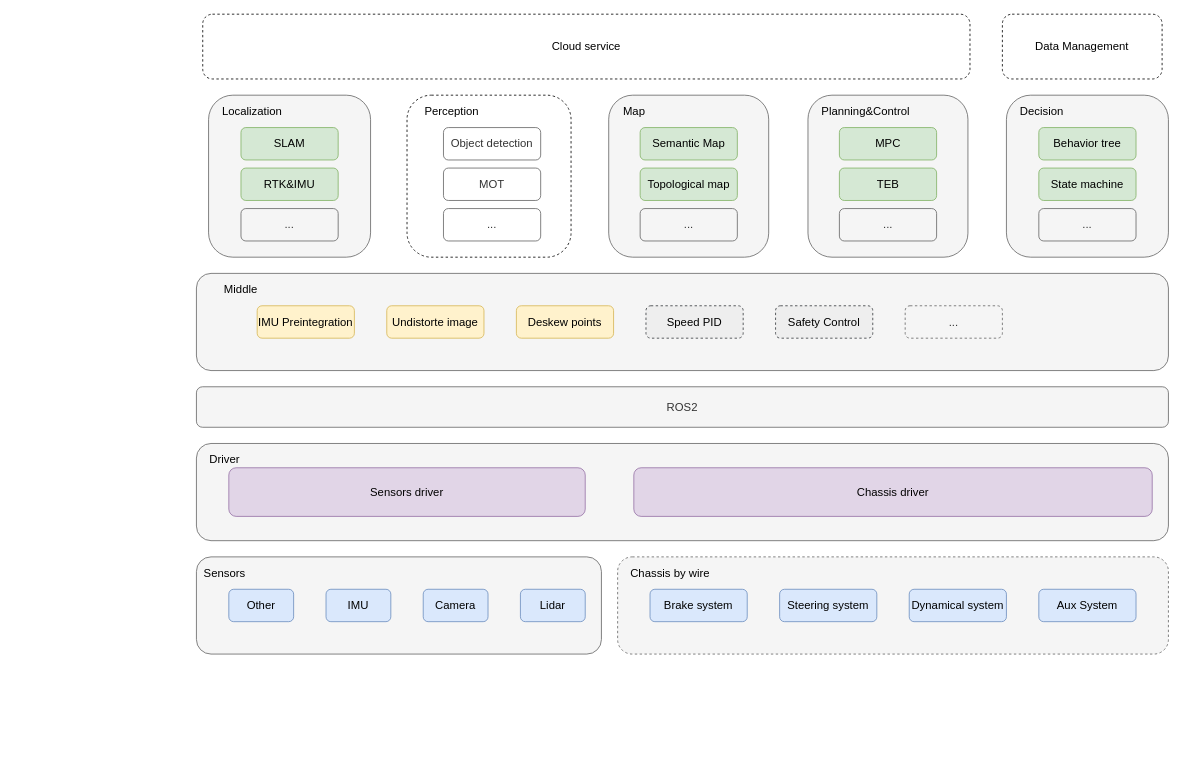
Above: ADU/ADU_system_structure.drawio in mMikaa00/For_draw_io (draw.io), before the change. Source tidied: cells renumbered, new cells numbered last; positions are measured from the earlier drawing's top-left corner, leaving out a move shared by most shapes. Both pictures are drawn from the tidied source at 81%, with x=0, y=0 at pixel (172, 14).
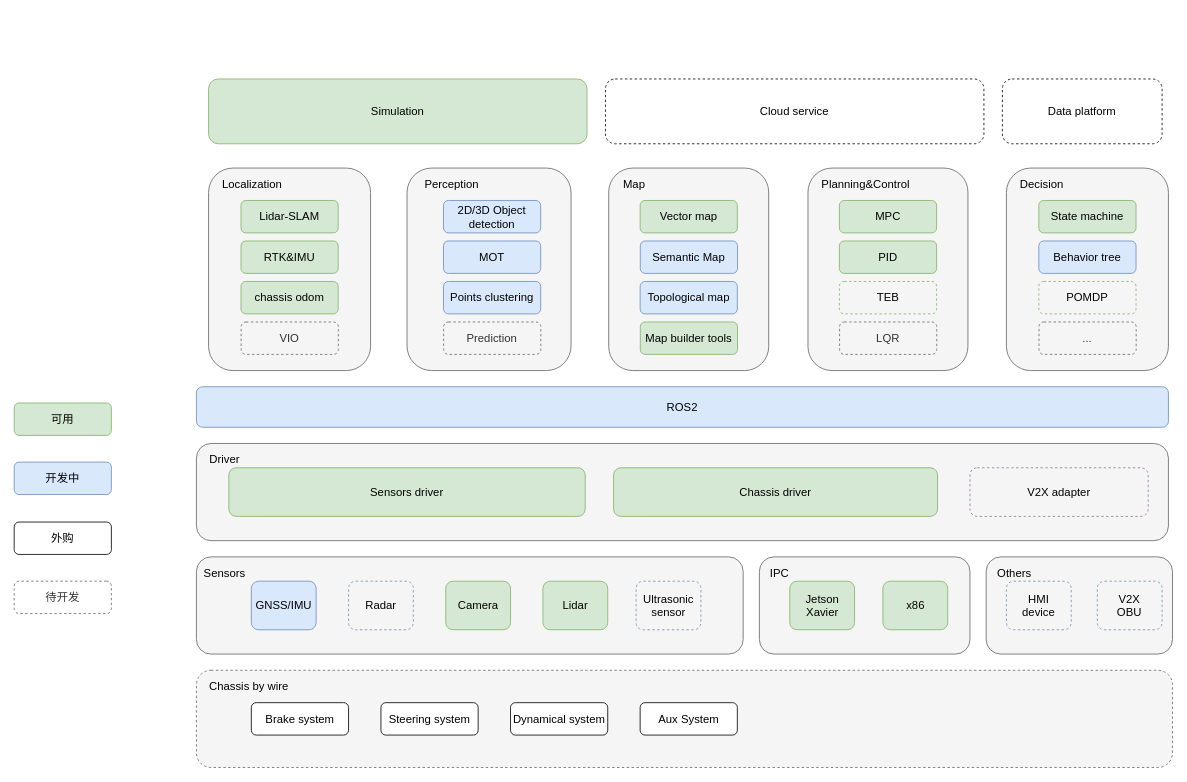
Above is the later version.

Change to the diagram source:
```diff
@@
+    <mxCell id="54" style="rounded=1;whiteSpace=wrap;html=1;fontSize=14;fillColor=#f5f5f5;strokeColor=#666666;fontColor=#333333;" parent="1" vertex="1">
+      <mxGeometry x="1005" y="670" width="230" height="120" as="geometry" />
+    </mxCell>
     <mxCell id="2" style="rounded=1;whiteSpace=wrap;html=1;fontSize=14;fillColor=#f5f5f5;strokeColor=#666666;fontColor=#333333;" parent="1" vertex="1">
-      <mxGeometry x="30" y="670" width="500" height="120" as="geometry" />
+      <mxGeometry x="30" y="670" width="675" height="120" as="geometry" />
     </mxCell>
     <mxCell id="3" style="rounded=1;whiteSpace=wrap;html=1;fontSize=14;dashed=1;fillColor=#f5f5f5;strokeColor=#666666;fontColor=#333333;" parent="1" vertex="1">
-      <mxGeometry x="550" y="670" width="680" height="120" as="geometry" />
+      <mxGeometry x="30" y="810" width="1205" height="120" as="geometry" />
     </mxCell>
-    <mxCell id="4" value="Brake system" style="rounded=1;whiteSpace=wrap;html=1;fontSize=14;fillColor=#dae8fc;strokeColor=#6c8ebf;" parent="1" vertex="1">
-      <mxGeometry x="590" y="710" width="120" height="40" as="geometry" />
+    <mxCell id="4" value="Brake system" style="rounded=1;whiteSpace=wrap;html=1;fontSize=14;" parent="1" vertex="1">
+      <mxGeometry x="97.8" y="850" width="120" height="40" as="geometry" />
     </mxCell>
-    <mxCell id="5" value="Steering system" style="rounded=1;whiteSpace=wrap;html=1;fontSize=14;fillColor=#dae8fc;strokeColor=#6c8ebf;" parent="1" vertex="1">
-      <mxGeometry x="750" y="710" width="120" height="40" as="geometry" />
+    <mxCell id="5" value="Steering system" style="rounded=1;whiteSpace=wrap;html=1;fontSize=14;" parent="1" vertex="1">
+      <mxGeometry x="257.8" y="850" width="120" height="40" as="geometry" />
     </mxCell>
-    <mxCell id="6" value="Dynamical system" style="rounded=1;whiteSpace=wrap;html=1;fontSize=14;fillColor=#dae8fc;strokeColor=#6c8ebf;" parent="1" vertex="1">
-      <mxGeometry x="910" y="710" width="120" height="40" as="geometry" />
+    <mxCell id="6" value="Dynamical system" style="rounded=1;whiteSpace=wrap;html=1;fontSize=14;" parent="1" vertex="1">
+      <mxGeometry x="417.8" y="850" width="120" height="40" as="geometry" />
     </mxCell>
-    <mxCell id="7" value="Aux System" style="rounded=1;whiteSpace=wrap;html=1;fontSize=14;fillColor=#dae8fc;strokeColor=#6c8ebf;" parent="1" vertex="1">
-      <mxGeometry x="1070" y="710" width="120" height="40" as="geometry" />
+    <mxCell id="7" value="Aux System" style="rounded=1;whiteSpace=wrap;html=1;fontSize=14;" parent="1" vertex="1">
+      <mxGeometry x="577.8" y="850" width="120" height="40" as="geometry" />
     </mxCell>
     <mxCell id="8" value="Chassis by wire" style="text;html=1;strokeColor=none;fillColor=none;align=center;verticalAlign=middle;whiteSpace=wrap;rounded=0;dashed=1;fontSize=14;" parent="1" vertex="1">
-      <mxGeometry x="550" y="680" width="130" height="20" as="geometry" />
+      <mxGeometry x="30" y="820" width="130" height="20" as="geometry" />
     </mxCell>
-    <mxCell id="9" value="Lidar" style="rounded=1;whiteSpace=wrap;html=1;fontSize=14;fillColor=#dae8fc;strokeColor=#6c8ebf;" parent="1" vertex="1">
-      <mxGeometry x="430" y="710" width="80" height="40" as="geometry" />
+    <mxCell id="9" value="Lidar" style="rounded=1;whiteSpace=wrap;html=1;fontSize=14;fillColor=#d5e8d4;strokeColor=#82b366;" parent="1" vertex="1">
+      <mxGeometry x="457.8" y="700" width="80" height="60" as="geometry" />
     </mxCell>
-    <mxCell id="10" value="Camera" style="rounded=1;whiteSpace=wrap;html=1;fontSize=14;fillColor=#dae8fc;strokeColor=#6c8ebf;" parent="1" vertex="1">
-      <mxGeometry x="310" y="710" width="80" height="40" as="geometry" />
+    <mxCell id="10" value="Camera" style="rounded=1;whiteSpace=wrap;html=1;fontSize=14;fillColor=#d5e8d4;strokeColor=#82b366;" parent="1" vertex="1">
+      <mxGeometry x="337.8" y="700" width="80" height="60" as="geometry" />
     </mxCell>
-    <mxCell id="11" value="IMU" style="rounded=1;whiteSpace=wrap;html=1;fontSize=14;fillColor=#dae8fc;strokeColor=#6c8ebf;" parent="1" vertex="1">
-      <mxGeometry x="190" y="710" width="80" height="40" as="geometry" />
+    <mxCell id="11" value="Radar" style="rounded=1;whiteSpace=wrap;html=1;fontSize=14;fillColor=none;strokeColor=#6c8ebf;dashed=1;" parent="1" vertex="1">
+      <mxGeometry x="217.8" y="700" width="80" height="60" as="geometry" />
     </mxCell>
-    <mxCell id="12" value="Other" style="rounded=1;whiteSpace=wrap;html=1;fontSize=14;fillColor=#dae8fc;strokeColor=#6c8ebf;" parent="1" vertex="1">
-      <mxGeometry x="70" y="710" width="80" height="40" as="geometry" />
+    <mxCell id="12" value="GNSS/IMU" style="rounded=1;whiteSpace=wrap;html=1;fontSize=14;fillColor=#dae8fc;strokeColor=#6c8ebf;" parent="1" vertex="1">
+      <mxGeometry x="97.8" y="700" width="80" height="60" as="geometry" />
     </mxCell>
@@
-    <mxCell id="15" value="Chassis driver" style="rounded=1;whiteSpace=wrap;html=1;fontSize=14;fillColor=#e1d5e7;strokeColor=#9673a6;" parent="1" vertex="1">
-      <mxGeometry x="570" y="560" width="640" height="60" as="geometry" />
+    <mxCell id="15" value="Chassis driver" style="rounded=1;whiteSpace=wrap;html=1;fontSize=14;fillColor=#d5e8d4;strokeColor=#82b366;" parent="1" vertex="1">
+      <mxGeometry x="545" y="560" width="400" height="60" as="geometry" />
     </mxCell>
-    <mxCell id="16" value="Sensors driver" style="rounded=1;whiteSpace=wrap;html=1;fontSize=14;fillColor=#e1d5e7;strokeColor=#9673a6;" parent="1" vertex="1">
+    <mxCell id="16" value="Sensors driver" style="rounded=1;whiteSpace=wrap;html=1;fontSize=14;fillColor=#d5e8d4;strokeColor=#82b366;" parent="1" vertex="1">
       <mxGeometry x="70" y="560" width="440" height="60" as="geometry" />
     </mxCell>
@@
-    <mxCell id="18" style="rounded=1;whiteSpace=wrap;html=1;fontSize=14;fillColor=#f5f5f5;strokeColor=#666666;fontColor=#333333;" parent="1" vertex="1">
-      <mxGeometry x="30" y="320" width="1200" height="120" as="geometry" />
-    </mxCell>
-    <mxCell id="19" value="Middle" style="text;html=1;strokeColor=none;fillColor=none;align=center;verticalAlign=middle;whiteSpace=wrap;rounded=0;dashed=1;fontSize=14;" parent="1" vertex="1">
-      <mxGeometry x="20" y="330" width="130" height="20" as="geometry" />
-    </mxCell>
-    <mxCell id="20" value="Undistorte image" style="rounded=1;whiteSpace=wrap;html=1;fontSize=14;fillColor=#fff2cc;strokeColor=#d6b656;" parent="1" vertex="1">
-      <mxGeometry x="265" y="360" width="120" height="40" as="geometry" />
-    </mxCell>
-    <mxCell id="21" value="Deskew points" style="rounded=1;whiteSpace=wrap;html=1;fontSize=14;fillColor=#fff2cc;strokeColor=#d6b656;" parent="1" vertex="1">
-      <mxGeometry x="425" y="360" width="120" height="40" as="geometry" />
-    </mxCell>
     <mxCell id="22" style="rounded=1;whiteSpace=wrap;html=1;fontSize=14;fillColor=#f5f5f5;strokeColor=#666666;fontColor=#333333;" parent="1" vertex="1">
-      <mxGeometry x="45" y="100" width="200" height="200" as="geometry" />
+      <mxGeometry x="45" y="190" width="200" height="250" as="geometry" />
     </mxCell>
-    <mxCell id="23" style="rounded=1;whiteSpace=wrap;html=1;fontSize=14;dashed=1;fillColor=none;" parent="1" vertex="1">
-      <mxGeometry x="290" y="100" width="202.5" height="200" as="geometry" />
+    <mxCell id="23" style="rounded=1;whiteSpace=wrap;html=1;fontSize=14;fillColor=#f5f5f5;fontColor=#333333;strokeColor=#666666;" parent="1" vertex="1">
+      <mxGeometry x="290" y="190" width="202.5" height="250" as="geometry" />
     </mxCell>
     <mxCell id="24" style="rounded=1;whiteSpace=wrap;html=1;fontSize=14;fillColor=#f5f5f5;strokeColor=#666666;fontColor=#333333;" parent="1" vertex="1">
-      <mxGeometry x="539" y="100" width="197.5" height="200" as="geometry" />
+      <mxGeometry x="539" y="190" width="197.5" height="250" as="geometry" />
     </mxCell>
     <mxCell id="25" style="rounded=1;whiteSpace=wrap;html=1;fontSize=14;fillColor=#f5f5f5;strokeColor=#666666;fontColor=#333333;" parent="1" vertex="1">
-      <mxGeometry x="785" y="100" width="197.5" height="200" as="geometry" />
+      <mxGeometry x="785" y="190" width="197.5" height="250" as="geometry" />
     </mxCell>
     <mxCell id="26" style="rounded=1;whiteSpace=wrap;html=1;fontSize=14;fillColor=#f5f5f5;strokeColor=#666666;fontColor=#333333;" parent="1" vertex="1">
-      <mxGeometry x="1030" y="100" width="200" height="200" as="geometry" />
+      <mxGeometry x="1030" y="190" width="200" height="250" as="geometry" />
     </mxCell>
     <mxCell id="27" value="Localization" style="text;html=1;strokeColor=none;fillColor=none;align=left;verticalAlign=middle;whiteSpace=wrap;rounded=0;dashed=1;fontSize=14;" parent="1" vertex="1">
-      <mxGeometry x="60" y="110" width="130" height="20" as="geometry" />
+      <mxGeometry x="60" y="200" width="130" height="20" as="geometry" />
     </mxCell>
     <mxCell id="28" value="Perception" style="text;html=1;strokeColor=none;fillColor=none;align=left;verticalAlign=middle;whiteSpace=wrap;rounded=0;dashed=1;fontSize=14;" parent="1" vertex="1">
-      <mxGeometry x="310" y="110" width="130" height="20" as="geometry" />
+      <mxGeometry x="310" y="200" width="130" height="20" as="geometry" />
     </mxCell>
     <mxCell id="29" value="Map" style="text;html=1;strokeColor=none;fillColor=none;align=left;verticalAlign=middle;whiteSpace=wrap;rounded=0;fontSize=14;" parent="1" vertex="1">
-      <mxGeometry x="555" y="110" width="130" height="20" as="geometry" />
+      <mxGeometry x="555" y="200" width="130" height="20" as="geometry" />
     </mxCell>
     <mxCell id="30" value="Planning&amp;amp;Control" style="text;html=1;strokeColor=none;fillColor=none;align=left;verticalAlign=middle;whiteSpace=wrap;rounded=0;dashed=1;fontSize=14;" parent="1" vertex="1">
-      <mxGeometry x="800" y="110" width="130" height="20" as="geometry" />
+      <mxGeometry x="800" y="200" width="130" height="20" as="geometry" />
     </mxCell>
-    <mxCell id="31" value="IMU Preintegration" style="rounded=1;whiteSpace=wrap;html=1;fontSize=14;fillColor=#fff2cc;strokeColor=#d6b656;" parent="1" vertex="1">
-      <mxGeometry x="105" y="360" width="120" height="40" as="geometry" />
-    </mxCell>
-    <mxCell id="32" value="Speed PID" style="rounded=1;whiteSpace=wrap;html=1;fontSize=14;fillColor=#eeeeee;strokeColor=#36393d;dashed=1;" parent="1" vertex="1">
-      <mxGeometry x="585" y="360" width="120" height="40" as="geometry" />
-    </mxCell>
-    <mxCell id="33" value="Safety Control" style="rounded=1;whiteSpace=wrap;html=1;fontSize=14;fillColor=#eeeeee;strokeColor=#36393d;dashed=1;" parent="1" vertex="1">
-      <mxGeometry x="745" y="360" width="120" height="40" as="geometry" />
-    </mxCell>
-    <mxCell id="34" value="..." style="rounded=1;whiteSpace=wrap;html=1;fontSize=14;fillColor=#f5f5f5;strokeColor=#666666;fontColor=#333333;dashed=1;" parent="1" vertex="1">
-      <mxGeometry x="905" y="360" width="120" height="40" as="geometry" />
-    </mxCell>
-    <mxCell id="35" value="SLAM" style="rounded=1;whiteSpace=wrap;html=1;fontSize=14;fillColor=#d5e8d4;strokeColor=#82b366;" parent="1" vertex="1">
-      <mxGeometry x="85" y="140" width="120" height="40" as="geometry" />
+    <mxCell id="35" value="Lidar-SLAM" style="rounded=1;whiteSpace=wrap;html=1;fontSize=14;fillColor=#d5e8d4;strokeColor=#82b366;" parent="1" vertex="1">
+      <mxGeometry x="85" y="230" width="120" height="40" as="geometry" />
     </mxCell>
     <mxCell id="36" value="RTK&amp;amp;IMU" style="rounded=1;whiteSpace=wrap;html=1;fontSize=14;fillColor=#d5e8d4;strokeColor=#82b366;" parent="1" vertex="1">
-      <mxGeometry x="85" y="190" width="120" height="40" as="geometry" />
+      <mxGeometry x="85" y="280" width="120" height="40" as="geometry" />
     </mxCell>
-    <mxCell id="37" value="..." style="rounded=1;whiteSpace=wrap;html=1;fontSize=14;fillColor=#f5f5f5;strokeColor=#666666;fontColor=#333333;" parent="1" vertex="1">
-      <mxGeometry x="85" y="240" width="120" height="40" as="geometry" />
+    <mxCell id="37" value="VIO" style="rounded=1;whiteSpace=wrap;html=1;fontSize=14;fillColor=none;strokeColor=#666666;fontColor=#333333;dashed=1;" parent="1" vertex="1">
+      <mxGeometry x="85.2" y="380" width="120" height="40" as="geometry" />
     </mxCell>
-    <mxCell id="38" value="Object detection" style="rounded=1;whiteSpace=wrap;html=1;fontSize=14;strokeColor=#666666;fontColor=#333333;fillColor=none;" parent="1" vertex="1">
-      <mxGeometry x="335" y="140" width="120" height="40" as="geometry" />
+    <mxCell id="38" value="2D/3D Object detection" style="rounded=1;whiteSpace=wrap;html=1;fontSize=14;strokeColor=#6c8ebf;fillColor=#dae8fc;" parent="1" vertex="1">
+      <mxGeometry x="335" y="230" width="120" height="40" as="geometry" />
     </mxCell>
-    <mxCell id="39" value="MOT" style="rounded=1;whiteSpace=wrap;html=1;fontSize=14;strokeColor=#666666;fontColor=#333333;fillColor=none;" parent="1" vertex="1">
-      <mxGeometry x="335" y="190" width="120" height="40" as="geometry" />
+    <mxCell id="39" value="MOT" style="rounded=1;whiteSpace=wrap;html=1;fontSize=14;strokeColor=#6c8ebf;fillColor=#dae8fc;" parent="1" vertex="1">
+      <mxGeometry x="335" y="280" width="120" height="40" as="geometry" />
     </mxCell>
-    <mxCell id="40" value="..." style="rounded=1;whiteSpace=wrap;html=1;fontSize=14;strokeColor=#666666;fontColor=#333333;fillColor=none;" parent="1" vertex="1">
-      <mxGeometry x="335" y="240" width="120" height="40" as="geometry" />
+    <mxCell id="40" value="Prediction" style="rounded=1;whiteSpace=wrap;html=1;fontSize=14;strokeColor=#666666;fontColor=#333333;fillColor=none;dashed=1;" parent="1" vertex="1">
+      <mxGeometry x="335.2" y="380" width="120" height="40" as="geometry" />
     </mxCell>
-    <mxCell id="41" value="&lt;span style=&quot;color: rgb(0 , 0 , 0)&quot;&gt;Semantic Map&lt;/span&gt;" style="rounded=1;whiteSpace=wrap;html=1;fontSize=14;fillColor=#d5e8d4;strokeColor=#82b366;" parent="1" vertex="1">
-      <mxGeometry x="577.8" y="140" width="120" height="40" as="geometry" />
+    <mxCell id="41" value="&lt;span style=&quot;color: rgb(0 , 0 , 0)&quot;&gt;Semantic Map&lt;/span&gt;" style="rounded=1;whiteSpace=wrap;html=1;fontSize=14;fillColor=#dae8fc;strokeColor=#6c8ebf;" parent="1" vertex="1">
+      <mxGeometry x="578" y="280" width="120" height="40" as="geometry" />
     </mxCell>
-    <mxCell id="42" value="Topological map" style="rounded=1;whiteSpace=wrap;html=1;fontSize=14;fillColor=#d5e8d4;strokeColor=#82b366;" parent="1" vertex="1">
-      <mxGeometry x="577.8" y="190" width="120" height="40" as="geometry" />
+    <mxCell id="42" value="Vector map" style="rounded=1;whiteSpace=wrap;html=1;fontSize=14;fillColor=#d5e8d4;strokeColor=#82b366;" parent="1" vertex="1">
+      <mxGeometry x="577.8" y="230" width="120" height="40" as="geometry" />
     </mxCell>
-    <mxCell id="43" value="..." style="rounded=1;whiteSpace=wrap;html=1;fontSize=14;fillColor=#f5f5f5;strokeColor=#666666;fontColor=#333333;" parent="1" vertex="1">
-      <mxGeometry x="577.8" y="240" width="120" height="40" as="geometry" />
+    <mxCell id="43" value="Map builder tools" style="rounded=1;whiteSpace=wrap;html=1;fontSize=14;fillColor=#d5e8d4;strokeColor=#82b366;" parent="1" vertex="1">
+      <mxGeometry x="578" y="380" width="120" height="40" as="geometry" />
     </mxCell>
     <mxCell id="44" value="MPC" style="rounded=1;whiteSpace=wrap;html=1;fontSize=14;fillColor=#d5e8d4;strokeColor=#82b366;" parent="1" vertex="1">
-      <mxGeometry x="823.8" y="140" width="120" height="40" as="geometry" />
+      <mxGeometry x="823.8" y="230" width="120" height="40" as="geometry" />
     </mxCell>
-    <mxCell id="45" value="TEB" style="rounded=1;whiteSpace=wrap;html=1;fontSize=14;fillColor=#d5e8d4;strokeColor=#82b366;" parent="1" vertex="1">
-      <mxGeometry x="823.8" y="190" width="120" height="40" as="geometry" />
+    <mxCell id="45" value="PID" style="rounded=1;whiteSpace=wrap;html=1;fontSize=14;fillColor=#d5e8d4;strokeColor=#82b366;" parent="1" vertex="1">
+      <mxGeometry x="823.8" y="280" width="120" height="40" as="geometry" />
     </mxCell>
-    <mxCell id="46" value="..." style="rounded=1;whiteSpace=wrap;html=1;fontSize=14;fillColor=#f5f5f5;strokeColor=#666666;fontColor=#333333;" parent="1" vertex="1">
-      <mxGeometry x="823.8" y="240" width="120" height="40" as="geometry" />
+    <mxCell id="46" value="LQR" style="rounded=1;whiteSpace=wrap;html=1;fontSize=14;fillColor=#f5f5f5;strokeColor=#666666;fontColor=#333333;dashed=1;" parent="1" vertex="1">
+      <mxGeometry x="824" y="380" width="120" height="40" as="geometry" />
     </mxCell>
     <mxCell id="47" value="&lt;span style=&quot;text-align: center&quot;&gt;Decision&lt;/span&gt;" style="text;html=1;strokeColor=none;fillColor=none;align=left;verticalAlign=middle;whiteSpace=wrap;rounded=0;dashed=1;fontSize=14;" parent="1" vertex="1">
-      <mxGeometry x="1045" y="110" width="130" height="20" as="geometry" />
+      <mxGeometry x="1045" y="200" width="130" height="20" as="geometry" />
     </mxCell>
-    <mxCell id="48" value="Behavior tree" style="rounded=1;whiteSpace=wrap;html=1;fontSize=14;fillColor=#d5e8d4;strokeColor=#82b366;" parent="1" vertex="1">
-      <mxGeometry x="1070" y="140" width="120" height="40" as="geometry" />
+    <mxCell id="48" value="Behavior tree" style="rounded=1;whiteSpace=wrap;html=1;fontSize=14;fillColor=#dae8fc;strokeColor=#6c8ebf;" parent="1" vertex="1">
+      <mxGeometry x="1070" y="280" width="120" height="40" as="geometry" />
     </mxCell>
     <mxCell id="49" value="State machine" style="rounded=1;whiteSpace=wrap;html=1;fontSize=14;fillColor=#d5e8d4;strokeColor=#82b366;" parent="1" vertex="1">
-      <mxGeometry x="1070" y="190" width="120" height="40" as="geometry" />
+      <mxGeometry x="1070" y="230" width="120" height="40" as="geometry" />
     </mxCell>
-    <mxCell id="50" value="..." style="rounded=1;whiteSpace=wrap;html=1;fontSize=14;fillColor=#f5f5f5;strokeColor=#666666;fontColor=#333333;" parent="1" vertex="1">
-      <mxGeometry x="1070" y="240" width="120" height="40" as="geometry" />
+    <mxCell id="50" value="..." style="rounded=1;whiteSpace=wrap;html=1;fontSize=14;fillColor=#f5f5f5;strokeColor=#666666;fontColor=#333333;dashed=1;" parent="1" vertex="1">
+      <mxGeometry x="1070.2" y="380" width="120" height="40" as="geometry" />
     </mxCell>
-    <mxCell id="51" value="ROS2" style="rounded=1;whiteSpace=wrap;html=1;fontSize=14;fillColor=#f5f5f5;strokeColor=#666666;fontColor=#333333;" parent="1" vertex="1">
+    <mxCell id="51" value="ROS2" style="rounded=1;whiteSpace=wrap;html=1;fontSize=14;fillColor=#dae8fc;strokeColor=#6c8ebf;" parent="1" vertex="1">
       <mxGeometry x="30" y="460" width="1200" height="50" as="geometry" />
     </mxCell>
     <mxCell id="52" value="Cloud service" style="rounded=1;whiteSpace=wrap;html=1;fontSize=14;dashed=1;fillColor=none;" parent="1" vertex="1">
-      <mxGeometry x="37.8" width="947.2" height="80" as="geometry" />
+      <mxGeometry x="535" y="80" width="467.2" height="80" as="geometry" />
     </mxCell>
-    <mxCell id="53" value="Data Management" style="rounded=1;whiteSpace=wrap;html=1;fontSize=14;dashed=1;fillColor=none;" parent="1" vertex="1">
-      <mxGeometry x="1025" width="197.2" height="80" as="geometry" />
+    <mxCell id="53" value="Data platform" style="rounded=1;whiteSpace=wrap;html=1;fontSize=14;dashed=1;fillColor=none;" parent="1" vertex="1">
+      <mxGeometry x="1025" y="80" width="197.2" height="80" as="geometry" />
     </mxCell>
+    <mxCell id="55" value="Ultrasonic sensor" style="rounded=1;whiteSpace=wrap;html=1;fontSize=14;fillColor=none;strokeColor=#6c8ebf;dashed=1;" parent="1" vertex="1">
+      <mxGeometry x="572.8" y="700" width="80" height="60" as="geometry" />
+    </mxCell>
+    <mxCell id="56" style="rounded=1;whiteSpace=wrap;html=1;fontSize=14;fillColor=#f5f5f5;strokeColor=#666666;fontColor=#333333;" parent="1" vertex="1">
+      <mxGeometry x="725" y="670" width="260" height="120" as="geometry" />
+    </mxCell>
+    <mxCell id="57" value="IPC" style="text;html=1;strokeColor=none;fillColor=none;align=center;verticalAlign=middle;whiteSpace=wrap;rounded=0;dashed=1;fontSize=14;" parent="1" vertex="1">
+      <mxGeometry x="715" y="680" width="70" height="20" as="geometry" />
+    </mxCell>
+    <mxCell id="58" value="Jetson Xavier" style="rounded=1;whiteSpace=wrap;html=1;fontSize=14;fillColor=#d5e8d4;strokeColor=#82b366;" parent="1" vertex="1">
+      <mxGeometry x="762.5" y="700" width="80" height="60" as="geometry" />
+    </mxCell>
+    <mxCell id="59" value="x86" style="rounded=1;whiteSpace=wrap;html=1;fontSize=14;fillColor=#d5e8d4;strokeColor=#82b366;" parent="1" vertex="1">
+      <mxGeometry x="877.5" y="700" width="80" height="60" as="geometry" />
+    </mxCell>
+    <mxCell id="60" value="HMI&lt;br&gt;device" style="rounded=1;whiteSpace=wrap;html=1;fontSize=14;fillColor=none;strokeColor=#6c8ebf;dashed=1;" parent="1" vertex="1">
+      <mxGeometry x="1030" y="700" width="80" height="60" as="geometry" />
+    </mxCell>
+    <mxCell id="61" value="Others" style="text;html=1;strokeColor=none;fillColor=none;align=center;verticalAlign=middle;whiteSpace=wrap;rounded=0;dashed=1;fontSize=14;" parent="1" vertex="1">
+      <mxGeometry x="1005" y="680" width="70" height="20" as="geometry" />
+    </mxCell>
+    <mxCell id="62" value="V2X&lt;br&gt;OBU" style="rounded=1;whiteSpace=wrap;html=1;fontSize=14;fillColor=none;strokeColor=#6c8ebf;dashed=1;" parent="1" vertex="1">
+      <mxGeometry x="1142.2" y="700" width="80" height="60" as="geometry" />
+    </mxCell>
+    <mxCell id="63" value="V2X adapter" style="rounded=1;whiteSpace=wrap;html=1;fontSize=14;fillColor=none;strokeColor=#9673a6;dashed=1;" parent="1" vertex="1">
+      <mxGeometry x="985" y="560" width="220" height="60" as="geometry" />
+    </mxCell>
+    <mxCell id="64" value="chassis odom" style="rounded=1;whiteSpace=wrap;html=1;fontSize=14;fillColor=#d5e8d4;strokeColor=#82b366;" parent="1" vertex="1">
+      <mxGeometry x="85" y="330" width="120" height="40" as="geometry" />
+    </mxCell>
+    <mxCell id="65" value="Points clustering" style="rounded=1;whiteSpace=wrap;html=1;fontSize=14;strokeColor=#6c8ebf;fillColor=#dae8fc;" parent="1" vertex="1">
+      <mxGeometry x="335" y="330" width="120" height="40" as="geometry" />
+    </mxCell>
+    <mxCell id="66" value="Topological map" style="rounded=1;whiteSpace=wrap;html=1;fontSize=14;fillColor=#dae8fc;strokeColor=#6c8ebf;" parent="1" vertex="1">
+      <mxGeometry x="577.8" y="330" width="120" height="40" as="geometry" />
+    </mxCell>
+    <mxCell id="67" value="TEB" style="rounded=1;whiteSpace=wrap;html=1;fontSize=14;fillColor=none;strokeColor=#82b366;dashed=1;" parent="1" vertex="1">
+      <mxGeometry x="823.8" y="330" width="120" height="40" as="geometry" />
+    </mxCell>
+    <mxCell id="68" value="POMDP" style="rounded=1;whiteSpace=wrap;html=1;fontSize=14;fillColor=none;strokeColor=#82b366;dashed=1;" parent="1" vertex="1">
+      <mxGeometry x="1070" y="330" width="120" height="40" as="geometry" />
+    </mxCell>
+    <mxCell id="69" value="Simulation" style="rounded=1;whiteSpace=wrap;html=1;fontSize=14;fillColor=#d5e8d4;strokeColor=#82b366;" parent="1" vertex="1">
+      <mxGeometry x="45" y="80" width="467.2" height="80" as="geometry" />
+    </mxCell>
+    <mxCell id="70" value="可用" style="rounded=1;whiteSpace=wrap;html=1;fontSize=14;fillColor=#d5e8d4;strokeColor=#82b366;flipH=1;flipV=1;" parent="1" vertex="1">
+      <mxGeometry x="-195" y="480" width="120" height="40" as="geometry" />
+    </mxCell>
+    <mxCell id="71" value="开发中" style="rounded=1;whiteSpace=wrap;html=1;fontSize=14;strokeColor=#6c8ebf;fillColor=#dae8fc;flipH=1;flipV=1;" parent="1" vertex="1">
+      <mxGeometry x="-195" y="553" width="120" height="40" as="geometry" />
+    </mxCell>
+    <mxCell id="72" value="待开发" style="rounded=1;whiteSpace=wrap;html=1;fontSize=14;fillColor=none;strokeColor=#666666;fontColor=#333333;dashed=1;flipH=1;flipV=0;" parent="1" vertex="1">
+      <mxGeometry x="-195" y="700" width="120" height="40" as="geometry" />
+    </mxCell>
+    <mxCell id="73" value="外购" style="rounded=1;whiteSpace=wrap;html=1;fontSize=14;flipH=1;flipV=1;" parent="1" vertex="1">
+      <mxGeometry x="-195" y="627" width="120" height="40" as="geometry" />
+    </mxCell>
```
